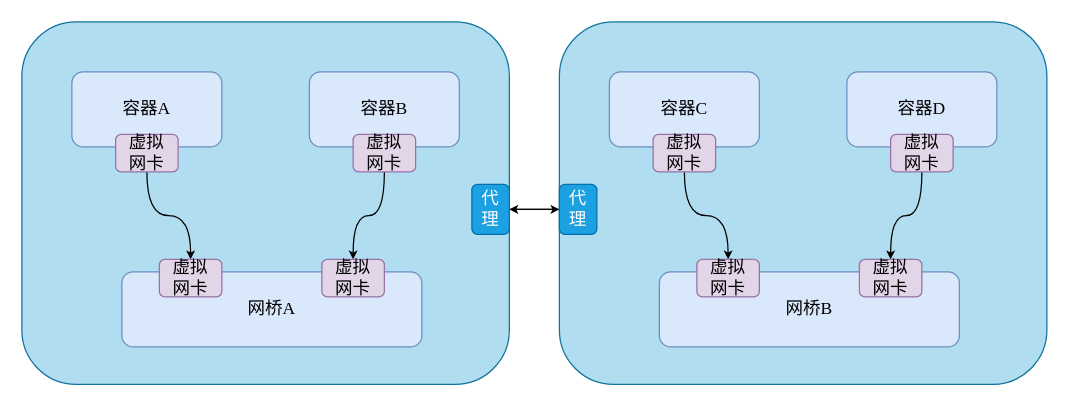
Before: container_vpn.drawio in foreignbill/drawio, a draw.io diagram. Source tidied: cells renumbered, new cells numbered last; positions are measured from the earlier drawing's top-left corner, leaving out a move shared by most shapes. Both pictures are drawn from the tidied source at 125%, with x=0, y=0 at pixel (21, 21).
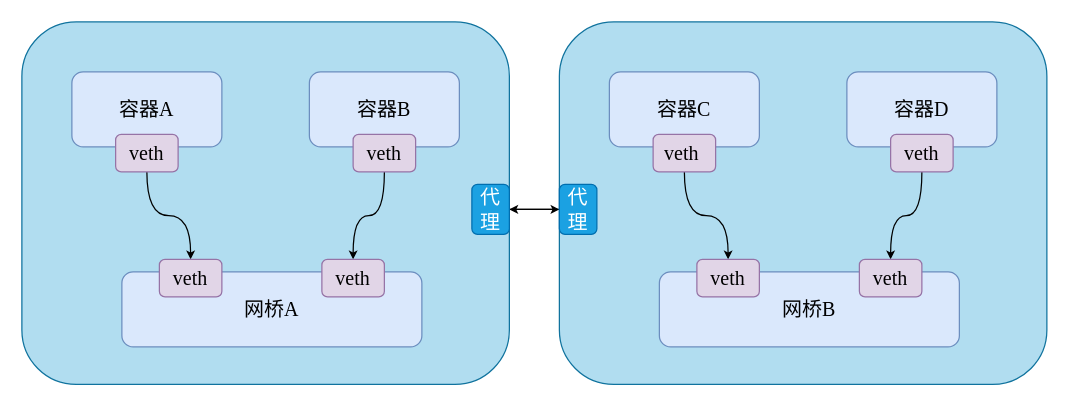
Above is the later version.

Change to the diagram source:
```diff
@@
-    <mxCell id="2" style="edgeStyle=orthogonalEdgeStyle;curved=1;rounded=0;jettySize=auto;html=1;exitX=0;exitY=0.5;exitDx=0;exitDy=0;entryX=1;entryY=0.5;entryDx=0;entryDy=0;fontFamily=Times New Roman;fontSize=14;fontColor=default;startSize=4;endSize=4;" parent="1" edge="1" source="18" target="7">
+    <mxCell id="2" style="edgeStyle=orthogonalEdgeStyle;curved=1;rounded=0;jettySize=auto;html=1;exitX=0;exitY=0.5;exitDx=0;exitDy=0;entryX=1;entryY=0.5;entryDx=0;entryDy=0;fontFamily=Times New Roman;fontSize=16;fontColor=default;startSize=4;endSize=4;" parent="1" edge="1" source="18" target="7">
       <mxGeometry relative="1" as="geometry" />
     </mxCell>
-    <mxCell id="3" style="edgeStyle=orthogonalEdgeStyle;curved=1;rounded=0;jettySize=auto;html=1;exitX=1;exitY=0.5;exitDx=0;exitDy=0;entryX=0;entryY=0.5;entryDx=0;entryDy=0;fontFamily=Times New Roman;fontSize=14;fontColor=default;startSize=4;endSize=4;" parent="1" edge="1" source="7" target="18">
+    <mxCell id="3" style="edgeStyle=orthogonalEdgeStyle;curved=1;rounded=0;jettySize=auto;html=1;exitX=1;exitY=0.5;exitDx=0;exitDy=0;entryX=0;entryY=0.5;entryDx=0;entryDy=0;fontFamily=Times New Roman;fontSize=16;fontColor=default;startSize=4;endSize=4;" parent="1" edge="1" source="7" target="18">
       <mxGeometry relative="1" as="geometry" />
     </mxCell>
-    <mxCell id="4" style="rounded=1;whiteSpace=wrap;html=1;fontSize=14;fontFamily=Times New Roman;fillColor=#b1ddf0;strokeColor=#10739e;" parent="1" vertex="1">
+    <mxCell id="4" style="rounded=1;whiteSpace=wrap;html=1;fontSize=16;fontFamily=Times New Roman;fillColor=#b1ddf0;strokeColor=#10739e;" parent="1" vertex="1">
       <mxGeometry width="390" height="290" as="geometry" />
     </mxCell>
-    <mxCell id="5" style="edgeStyle=orthogonalEdgeStyle;rounded=0;jettySize=auto;html=1;exitX=0.5;exitY=1;exitDx=0;exitDy=0;entryX=0.5;entryY=0;entryDx=0;entryDy=0;fontFamily=Times New Roman;fontSize=14;fontColor=default;curved=1;startSize=4;endSize=4;" parent="1" edge="1" source="9" target="13">
+    <mxCell id="5" style="edgeStyle=orthogonalEdgeStyle;rounded=0;jettySize=auto;html=1;exitX=0.5;exitY=1;exitDx=0;exitDy=0;entryX=0.5;entryY=0;entryDx=0;entryDy=0;fontFamily=Times New Roman;fontSize=16;fontColor=default;curved=1;startSize=4;endSize=4;" parent="1" edge="1" source="9" target="13">
       <mxGeometry relative="1" as="geometry" />
     </mxCell>
-    <mxCell id="6" style="edgeStyle=orthogonalEdgeStyle;curved=1;rounded=0;jettySize=auto;html=1;exitX=0.5;exitY=1;exitDx=0;exitDy=0;entryX=0.5;entryY=0;entryDx=0;entryDy=0;fontFamily=Times New Roman;fontSize=14;fontColor=default;startSize=4;endSize=4;" parent="1" edge="1" source="11" target="14">
+    <mxCell id="6" style="edgeStyle=orthogonalEdgeStyle;curved=1;rounded=0;jettySize=auto;html=1;exitX=0.5;exitY=1;exitDx=0;exitDy=0;entryX=0.5;entryY=0;entryDx=0;entryDy=0;fontFamily=Times New Roman;fontSize=16;fontColor=default;startSize=4;endSize=4;" parent="1" edge="1" source="11" target="14">
       <mxGeometry relative="1" as="geometry" />
     </mxCell>
-    <mxCell id="7" value="代&lt;br&gt;理" style="rounded=1;whiteSpace=wrap;html=1;strokeColor=#006EAF;fontFamily=Times New Roman;fontSize=14;fontColor=#ffffff;fillColor=#1ba1e2;" parent="1" vertex="1">
+    <mxCell id="7" value="代&lt;br style=&quot;font-size: 16px;&quot;&gt;理" style="rounded=1;whiteSpace=wrap;html=1;strokeColor=#006EAF;fontFamily=Times New Roman;fontSize=16;fontColor=#ffffff;fillColor=#1ba1e2;" parent="1" vertex="1">
       <mxGeometry x="360" y="130" width="30" height="40" as="geometry" />
     </mxCell>
-    <mxCell id="8" value="容器A" style="rounded=1;whiteSpace=wrap;html=1;fontSize=14;fontFamily=Times New Roman;fillColor=#dae8fc;strokeColor=#6c8ebf;" parent="1" vertex="1">
+    <mxCell id="8" value="容器A" style="rounded=1;whiteSpace=wrap;html=1;fontSize=16;fontFamily=Times New Roman;fillColor=#dae8fc;strokeColor=#6c8ebf;" parent="1" vertex="1">
       <mxGeometry x="40" y="40" width="120" height="60" as="geometry" />
     </mxCell>
-    <mxCell id="9" value="虚拟&lt;br&gt;网卡" style="rounded=1;whiteSpace=wrap;html=1;fontSize=14;fontFamily=Times New Roman;fillColor=#e1d5e7;strokeColor=#9673a6;" parent="1" vertex="1">
+    <mxCell id="9" value="veth" style="rounded=1;whiteSpace=wrap;html=1;fontSize=16;fontFamily=Times New Roman;fillColor=#e1d5e7;strokeColor=#9673a6;" parent="1" vertex="1">
       <mxGeometry x="75" y="90" width="50" height="30" as="geometry" />
     </mxCell>
-    <mxCell id="10" value="容器B" style="rounded=1;whiteSpace=wrap;html=1;fontSize=14;fontFamily=Times New Roman;fillColor=#dae8fc;strokeColor=#6c8ebf;" parent="1" vertex="1">
+    <mxCell id="10" value="容器B" style="rounded=1;whiteSpace=wrap;html=1;fontSize=16;fontFamily=Times New Roman;fillColor=#dae8fc;strokeColor=#6c8ebf;" parent="1" vertex="1">
       <mxGeometry x="230" y="40" width="120" height="60" as="geometry" />
     </mxCell>
-    <mxCell id="11" value="虚拟&lt;br&gt;网卡" style="rounded=1;whiteSpace=wrap;html=1;fontSize=14;fontFamily=Times New Roman;fillColor=#e1d5e7;strokeColor=#9673a6;" parent="1" vertex="1">
+    <mxCell id="11" value="veth" style="rounded=1;whiteSpace=wrap;html=1;fontSize=16;fontFamily=Times New Roman;fillColor=#e1d5e7;strokeColor=#9673a6;" parent="1" vertex="1">
       <mxGeometry x="265" y="90" width="50" height="30" as="geometry" />
     </mxCell>
-    <mxCell id="12" value="网桥A" style="rounded=1;whiteSpace=wrap;html=1;fontSize=14;fontFamily=Times New Roman;fillColor=#dae8fc;strokeColor=#6c8ebf;" parent="1" vertex="1">
+    <mxCell id="12" value="网桥A" style="rounded=1;whiteSpace=wrap;html=1;fontSize=16;fontFamily=Times New Roman;fillColor=#dae8fc;strokeColor=#6c8ebf;" parent="1" vertex="1">
       <mxGeometry x="80" y="200" width="240" height="60" as="geometry" />
     </mxCell>
-    <mxCell id="13" value="虚拟&lt;br&gt;网卡" style="rounded=1;whiteSpace=wrap;html=1;fontSize=14;fontFamily=Times New Roman;fillColor=#e1d5e7;strokeColor=#9673a6;" parent="1" vertex="1">
+    <mxCell id="13" value="veth" style="rounded=1;whiteSpace=wrap;html=1;fontSize=16;fontFamily=Times New Roman;fillColor=#e1d5e7;strokeColor=#9673a6;" parent="1" vertex="1">
       <mxGeometry x="110" y="190" width="50" height="30" as="geometry" />
     </mxCell>
-    <mxCell id="14" value="虚拟&lt;br&gt;网卡" style="rounded=1;whiteSpace=wrap;html=1;fontSize=14;fontFamily=Times New Roman;fillColor=#e1d5e7;strokeColor=#9673a6;" parent="1" vertex="1">
+    <mxCell id="14" value="veth" style="rounded=1;whiteSpace=wrap;html=1;fontSize=16;fontFamily=Times New Roman;fillColor=#e1d5e7;strokeColor=#9673a6;" parent="1" vertex="1">
       <mxGeometry x="240" y="190" width="50" height="30" as="geometry" />
     </mxCell>
-    <mxCell id="15" style="rounded=1;whiteSpace=wrap;html=1;fontSize=14;fontFamily=Times New Roman;fillColor=#b1ddf0;strokeColor=#10739e;" parent="1" vertex="1">
+    <mxCell id="15" style="rounded=1;whiteSpace=wrap;html=1;fontSize=16;fontFamily=Times New Roman;fillColor=#b1ddf0;strokeColor=#10739e;" parent="1" vertex="1">
       <mxGeometry x="430" width="390" height="290" as="geometry" />
     </mxCell>
-    <mxCell id="16" style="edgeStyle=orthogonalEdgeStyle;rounded=0;jettySize=auto;html=1;exitX=0.5;exitY=1;exitDx=0;exitDy=0;entryX=0.5;entryY=0;entryDx=0;entryDy=0;fontFamily=Times New Roman;fontSize=14;fontColor=default;curved=1;startSize=4;endSize=4;" parent="1" edge="1" source="20" target="24">
+    <mxCell id="16" style="edgeStyle=orthogonalEdgeStyle;rounded=0;jettySize=auto;html=1;exitX=0.5;exitY=1;exitDx=0;exitDy=0;entryX=0.5;entryY=0;entryDx=0;entryDy=0;fontFamily=Times New Roman;fontSize=16;fontColor=default;curved=1;startSize=4;endSize=4;" parent="1" edge="1" source="20" target="24">
       <mxGeometry relative="1" as="geometry" />
     </mxCell>
-    <mxCell id="17" style="edgeStyle=orthogonalEdgeStyle;curved=1;rounded=0;jettySize=auto;html=1;exitX=0.5;exitY=1;exitDx=0;exitDy=0;entryX=0.5;entryY=0;entryDx=0;entryDy=0;fontFamily=Times New Roman;fontSize=14;fontColor=default;startSize=4;endSize=4;" parent="1" edge="1" source="22" target="25">
+    <mxCell id="17" style="edgeStyle=orthogonalEdgeStyle;curved=1;rounded=0;jettySize=auto;html=1;exitX=0.5;exitY=1;exitDx=0;exitDy=0;entryX=0.5;entryY=0;entryDx=0;entryDy=0;fontFamily=Times New Roman;fontSize=16;fontColor=default;startSize=4;endSize=4;" parent="1" edge="1" source="22" target="25">
       <mxGeometry relative="1" as="geometry" />
     </mxCell>
-    <mxCell id="18" value="代&lt;br&gt;理" style="rounded=1;whiteSpace=wrap;html=1;strokeColor=#006EAF;fontFamily=Times New Roman;fontSize=14;fontColor=#ffffff;fillColor=#1ba1e2;" parent="1" vertex="1">
+    <mxCell id="18" value="代&lt;br style=&quot;font-size: 16px;&quot;&gt;理" style="rounded=1;whiteSpace=wrap;html=1;strokeColor=#006EAF;fontFamily=Times New Roman;fontSize=16;fontColor=#ffffff;fillColor=#1ba1e2;" parent="1" vertex="1">
       <mxGeometry x="430" y="130" width="30" height="40" as="geometry" />
     </mxCell>
-    <mxCell id="19" value="容器C" style="rounded=1;whiteSpace=wrap;html=1;fontSize=14;fontFamily=Times New Roman;fillColor=#dae8fc;strokeColor=#6c8ebf;" parent="1" vertex="1">
+    <mxCell id="19" value="容器C" style="rounded=1;whiteSpace=wrap;html=1;fontSize=16;fontFamily=Times New Roman;fillColor=#dae8fc;strokeColor=#6c8ebf;" parent="1" vertex="1">
       <mxGeometry x="470" y="40" width="120" height="60" as="geometry" />
     </mxCell>
-    <mxCell id="20" value="虚拟&lt;br&gt;网卡" style="rounded=1;whiteSpace=wrap;html=1;fontSize=14;fontFamily=Times New Roman;fillColor=#e1d5e7;strokeColor=#9673a6;" parent="1" vertex="1">
+    <mxCell id="20" value="veth&lt;span style=&quot;white-space: pre; font-size: 16px;&quot;&gt; &lt;/span&gt;" style="rounded=1;whiteSpace=wrap;html=1;fontSize=16;fontFamily=Times New Roman;fillColor=#e1d5e7;strokeColor=#9673a6;" parent="1" vertex="1">
       <mxGeometry x="505" y="90" width="50" height="30" as="geometry" />
     </mxCell>
-    <mxCell id="21" value="容器D" style="rounded=1;whiteSpace=wrap;html=1;fontSize=14;fontFamily=Times New Roman;fillColor=#dae8fc;strokeColor=#6c8ebf;" parent="1" vertex="1">
+    <mxCell id="21" value="容器D" style="rounded=1;whiteSpace=wrap;html=1;fontSize=16;fontFamily=Times New Roman;fillColor=#dae8fc;strokeColor=#6c8ebf;" parent="1" vertex="1">
       <mxGeometry x="660" y="40" width="120" height="60" as="geometry" />
     </mxCell>
-    <mxCell id="22" value="虚拟&lt;br&gt;网卡" style="rounded=1;whiteSpace=wrap;html=1;fontSize=14;fontFamily=Times New Roman;fillColor=#e1d5e7;strokeColor=#9673a6;" parent="1" vertex="1">
+    <mxCell id="22" value="veth" style="rounded=1;whiteSpace=wrap;html=1;fontSize=16;fontFamily=Times New Roman;fillColor=#e1d5e7;strokeColor=#9673a6;" parent="1" vertex="1">
       <mxGeometry x="695" y="90" width="50" height="30" as="geometry" />
     </mxCell>
-    <mxCell id="23" value="网桥B" style="rounded=1;whiteSpace=wrap;html=1;fontSize=14;fontFamily=Times New Roman;fillColor=#dae8fc;strokeColor=#6c8ebf;" parent="1" vertex="1">
+    <mxCell id="23" value="网桥B" style="rounded=1;whiteSpace=wrap;html=1;fontSize=16;fontFamily=Times New Roman;fillColor=#dae8fc;strokeColor=#6c8ebf;" parent="1" vertex="1">
       <mxGeometry x="510" y="200" width="240" height="60" as="geometry" />
     </mxCell>
-    <mxCell id="24" value="虚拟&lt;br&gt;网卡" style="rounded=1;whiteSpace=wrap;html=1;fontSize=14;fontFamily=Times New Roman;fillColor=#e1d5e7;strokeColor=#9673a6;" parent="1" vertex="1">
+    <mxCell id="24" value="veth" style="rounded=1;whiteSpace=wrap;html=1;fontSize=16;fontFamily=Times New Roman;fillColor=#e1d5e7;strokeColor=#9673a6;" parent="1" vertex="1">
       <mxGeometry x="540" y="190" width="50" height="30" as="geometry" />
     </mxCell>
-    <mxCell id="25" value="虚拟&lt;br&gt;网卡" style="rounded=1;whiteSpace=wrap;html=1;fontSize=14;fontFamily=Times New Roman;fillColor=#e1d5e7;strokeColor=#9673a6;" parent="1" vertex="1">
+    <mxCell id="25" value="veth" style="rounded=1;whiteSpace=wrap;html=1;fontSize=16;fontFamily=Times New Roman;fillColor=#e1d5e7;strokeColor=#9673a6;" parent="1" vertex="1">
       <mxGeometry x="670" y="190" width="50" height="30" as="geometry" />
     </mxCell>
```
